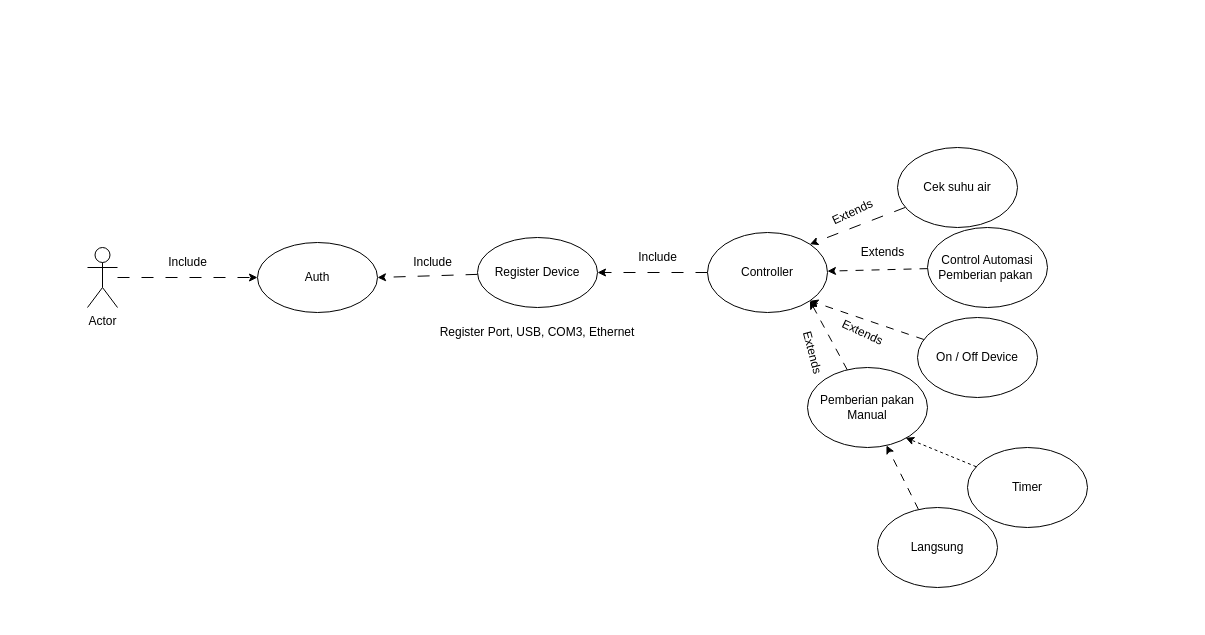
The draw.io diagram Untitled Diagram.drawio in azzaky9/feature-docs, before the edit. Source tidied: cells renumbered, new cells numbered last; positions are measured from the earlier drawing's top-left corner, leaving out a move shared by most shapes. Both pictures are drawn from the tidied source at 100%, with x=0, y=0 at pixel (87, 147).
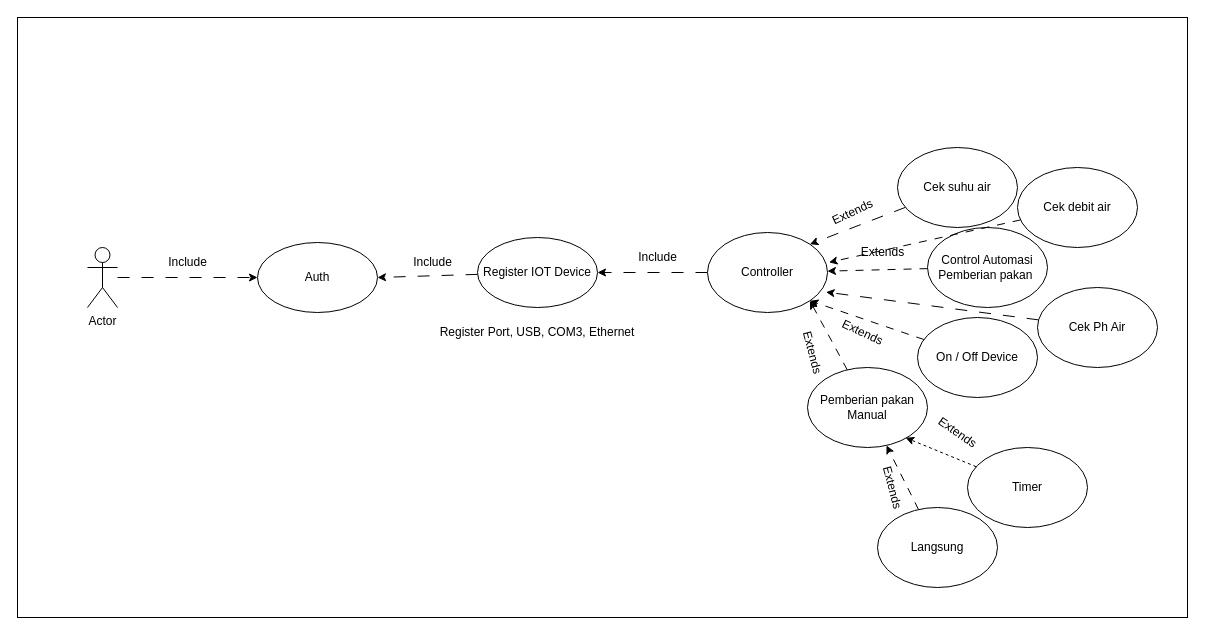
After the change.

The change refers to these unchanged cells:
```xml
<mxCell id="10" value="Controller" style="ellipse;whiteSpace=wrap;html=1;" parent="1" vertex="1">
  <mxGeometry x="620" y="85" width="120" height="80" as="geometry" />
</mxCell>
```

Diff of the diagram source:
```diff
@@
+    <mxCell id="29" style="rounded=0;whiteSpace=wrap;html=1;" parent="1" vertex="1">
+      <mxGeometry x="-70" y="-130" width="1170" height="600" as="geometry" />
+    </mxCell>
@@
-    <mxCell id="6" value="Register Device" style="ellipse;whiteSpace=wrap;html=1;" parent="1" vertex="1">
+    <mxCell id="6" value="Register IOT Device" style="ellipse;whiteSpace=wrap;html=1;" parent="1" vertex="1">
       <mxGeometry x="390" y="90" width="120" height="70" as="geometry" />
     </mxCell>
@@
+    <mxCell id="30" value="Extends" style="text;html=1;align=center;verticalAlign=middle;strokeColor=none;fillColor=none;rotation=75;" parent="1" vertex="1">
+      <mxGeometry x="770" y="325" width="70" height="30" as="geometry" />
+    </mxCell>
+    <mxCell id="31" value="Extends" style="text;html=1;align=center;verticalAlign=middle;strokeColor=none;fillColor=none;rotation=35;" parent="1" vertex="1">
+      <mxGeometry x="835" y="270" width="70" height="30" as="geometry" />
+    </mxCell>
+    <mxCell id="32" value="&lt;div&gt;Cek Ph Air&lt;/div&gt;" style="ellipse;whiteSpace=wrap;html=1;" parent="1" vertex="1">
+      <mxGeometry x="950" y="140" width="120" height="80" as="geometry" />
+    </mxCell>
+    <mxCell id="33" style="rounded=0;jettySize=auto;html=1;entryX=0.988;entryY=0.745;entryDx=0;entryDy=0;entryPerimeter=0;dashed=1;dashPattern=12 12;" parent="1" edge="1" source="32" target="10">
+      <mxGeometry relative="1" as="geometry" />
+    </mxCell>
+    <mxCell id="34" value="&lt;div&gt;Cek debit air&lt;/div&gt;" style="ellipse;whiteSpace=wrap;html=1;" parent="1" vertex="1">
+      <mxGeometry x="930" y="20" width="120" height="80" as="geometry" />
+    </mxCell>
+    <mxCell id="35" style="rounded=0;jettySize=auto;html=1;entryX=1.013;entryY=0.373;entryDx=0;entryDy=0;entryPerimeter=0;dashed=1;dashPattern=8 8;" parent="1" edge="1" source="34" target="10">
+      <mxGeometry relative="1" as="geometry" />
+    </mxCell>
```
